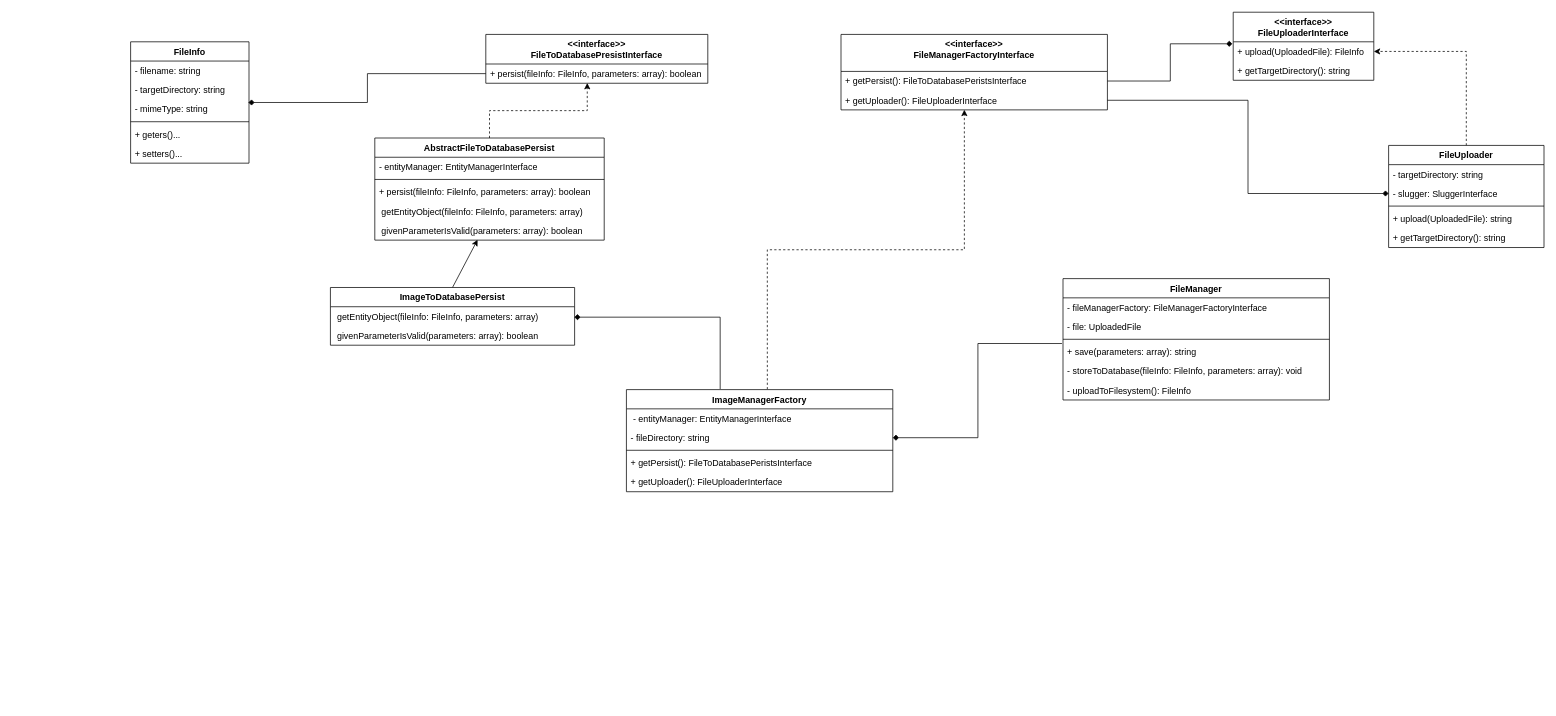
This is page "Image control" (2 of 2) of UML.drawio from ilya372317/LMS-docker-pack, a draw.io file, before an edit. Source tidied: cells renumbered, new cells numbered last; positions are measured from the earlier drawing's top-left corner, leaving out a move shared by most shapes. Both pictures are drawn from the tidied source at 74%, with x=0, y=0 at pixel (130, 12).
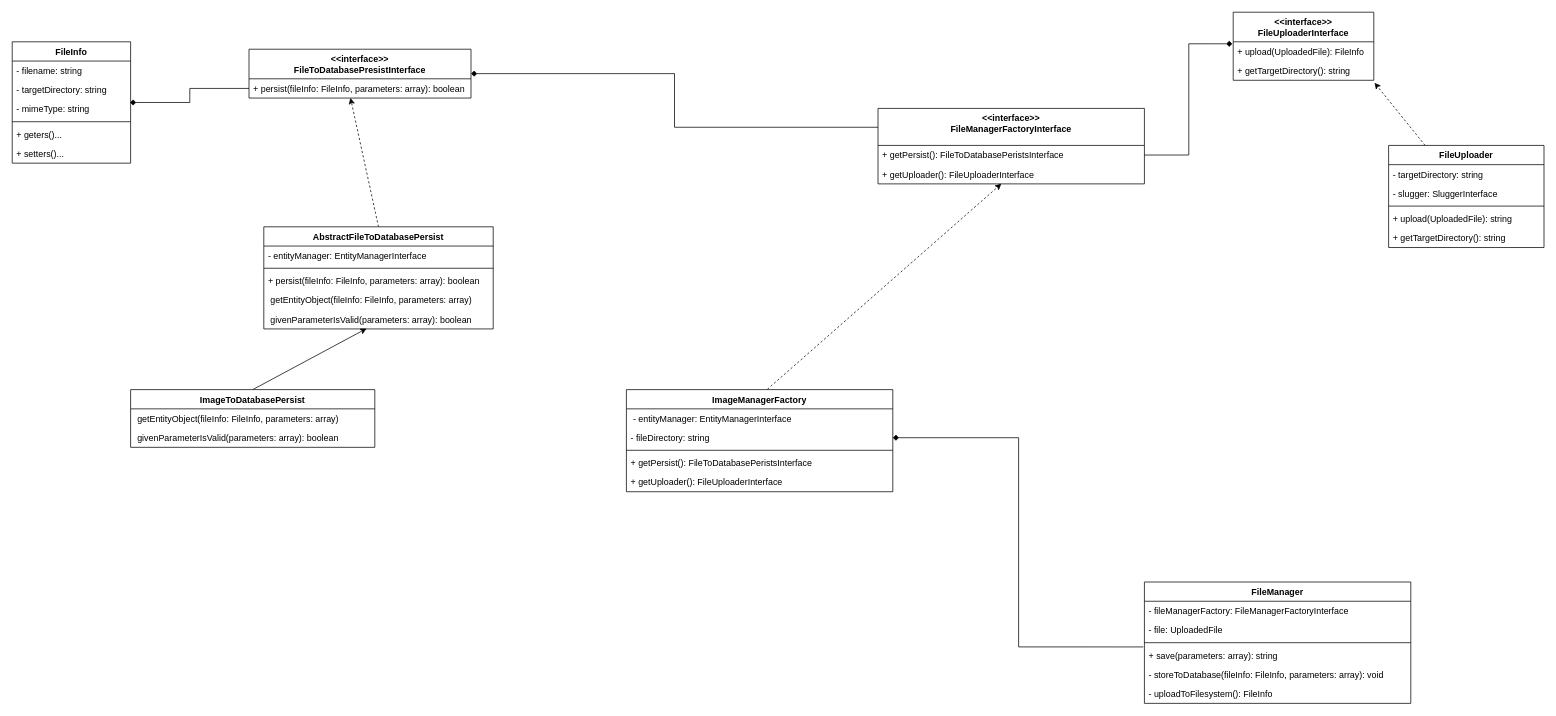
The same page after the edit.

Commit message (it also covers changes not shown here):
update image diagram relations

The change refers to these unchanged cells:
```xml
<mxCell id="3" value="+ upload(UploadedFile): FileInfo" style="text;strokeColor=none;fillColor=none;align=left;verticalAlign=top;spacingLeft=4;spacingRight=4;overflow=hidden;points=[[0,0.5],[1,0.5]];portConstraint=eastwest;" parent="2" vertex="1">
  <mxGeometry y="40" width="190" height="26" as="geometry" />
</mxCell>
<mxCell id="4" value="+ getTargetDirectory(): string" style="text;strokeColor=none;fillColor=none;align=left;verticalAlign=top;spacingLeft=4;spacingRight=4;overflow=hidden;points=[[0,0.5],[1,0.5]];portConstraint=eastwest;" parent="2" vertex="1">
  <mxGeometry y="66" width="190" height="26" as="geometry" />
</mxCell>
<mxCell id="6" value="FileUploader" style="swimlane;fontStyle=1;align=center;verticalAlign=top;horizontal=1;startSize=26;" parent="1" vertex="1">
  <mxGeometry x="1700" y="180" width="210" height="138" as="geometry" />
</mxCell>
<mxCell id="8" value="- slugger: SluggerInterface" style="text;strokeColor=none;fillColor=none;align=left;verticalAlign=top;spacingLeft=4;spacingRight=4;overflow=hidden;points=[[0,0.5],[1,0.5]];portConstraint=eastwest;" parent="6" vertex="1">
  <mxGeometry y="52" width="210" height="26" as="geometry" />
</mxCell>
<mxCell id="21" value="+ getUploader(): FileUploaderInterface" style="text;strokeColor=none;fillColor=none;align=left;verticalAlign=top;spacingLeft=4;spacingRight=4;overflow=hidden;points=[[0,0.5],[1,0.5]];portConstraint=eastwest;" parent="19" vertex="1">
  <mxGeometry y="76" width="360" height="26" as="geometry" />
</mxCell>
<mxCell id="26" value="+ persist(fileInfo: FileInfo, parameters: array): boolean" style="text;strokeColor=none;fillColor=none;align=left;verticalAlign=top;spacingLeft=4;spacingRight=4;overflow=hidden;points=[[0,0.5],[1,0.5]];portConstraint=eastwest;" parent="25" vertex="1">
  <mxGeometry y="40" width="300" height="26" as="geometry" />
</mxCell>
<mxCell id="29" value=" getEntityObject(fileInfo: FileInfo, parameters: array)" style="text;strokeColor=none;fillColor=none;align=left;verticalAlign=top;spacingLeft=4;spacingRight=4;overflow=hidden;points=[[0,0.5],[1,0.5]];portConstraint=eastwest;" parent="28" vertex="1">
  <mxGeometry y="26" width="330" height="26" as="geometry" />
</mxCell>
<mxCell id="41" value="ImageManagerFactory" style="swimlane;fontStyle=1;align=center;verticalAlign=top;horizontal=1;startSize=26;" parent="1" vertex="1">
  <mxGeometry x="670" y="510" width="360" height="138" as="geometry" />
</mxCell>
```

Diff of the diagram source:
```diff
@@
-    <mxCell id="5" style="edgeStyle=orthogonalEdgeStyle;rounded=0;jettySize=auto;html=1;entryX=1;entryY=0.5;entryDx=0;entryDy=0;dashed=1;" parent="1" edge="1" source="6" target="3">
+    <mxCell id="5" style="rounded=0;jettySize=auto;html=1;entryX=1.005;entryY=1.128;entryDx=0;entryDy=0;dashed=1;entryPerimeter=0;" parent="1" edge="1" source="6" target="4">
       <mxGeometry relative="1" as="geometry" />
     </mxCell>
@@
     <mxCell id="12" value="FileManager" style="swimlane;fontStyle=1;align=center;verticalAlign=top;horizontal=1;startSize=26;" parent="1" vertex="1">
-      <mxGeometry x="1260" y="360" width="360" height="164" as="geometry" />
+      <mxGeometry x="1370" y="770" width="360" height="164" as="geometry" />
     </mxCell>
@@
+    <mxCell id="54" style="edgeStyle=orthogonalEdgeStyle;rounded=0;jettySize=auto;html=1;exitX=0;exitY=0.25;exitDx=0;exitDy=0;entryX=1;entryY=0.5;entryDx=0;entryDy=0;endArrow=diamond;endFill=1;" parent="1" edge="1" source="19" target="25">
+      <mxGeometry relative="1" as="geometry" />
+    </mxCell>
     <mxCell id="19" value="&lt;&lt;interface&gt;&gt;&#10;FileManagerFactoryInterface" style="swimlane;fontStyle=1;align=center;verticalAlign=top;horizontal=1;startSize=50;" parent="1" vertex="1">
-      <mxGeometry x="960" y="30" width="360" height="102" as="geometry" />
+      <mxGeometry x="1010" y="130" width="360" height="102" as="geometry" />
     </mxCell>
@@
-    <mxCell id="22" style="edgeStyle=orthogonalEdgeStyle;rounded=0;jettySize=auto;html=1;exitX=0.529;exitY=-0.003;exitDx=0;exitDy=0;entryX=0.463;entryY=0.994;entryDx=0;entryDy=0;entryPerimeter=0;endArrow=classic;endFill=1;dashed=1;exitPerimeter=0;" parent="1" edge="1" source="41" target="21">
+    <mxCell id="22" style="rounded=0;jettySize=auto;html=1;exitX=0.529;exitY=-0.003;exitDx=0;exitDy=0;entryX=0.463;entryY=0.994;entryDx=0;entryDy=0;entryPerimeter=0;endArrow=classic;endFill=1;dashed=1;exitPerimeter=0;" parent="1" edge="1" source="41" target="21">
       <mxGeometry relative="1" as="geometry" />
     </mxCell>
@@
-    <mxCell id="24" style="edgeStyle=orthogonalEdgeStyle;rounded=0;jettySize=auto;html=1;exitX=1;exitY=0.5;exitDx=0;exitDy=0;endArrow=diamond;endFill=1;" parent="1" edge="1" source="21" target="8">
-      <mxGeometry relative="1" as="geometry" />
-    </mxCell>
     <mxCell id="25" value="&lt;&lt;interface&gt;&gt;&#10;FileToDatabasePresistInterface&#10;" style="swimlane;fontStyle=1;align=center;verticalAlign=top;horizontal=1;startSize=40;" parent="1" vertex="1">
-      <mxGeometry x="480" y="30" width="300" height="66" as="geometry" />
+      <mxGeometry x="160" y="50" width="300" height="66" as="geometry" />
     </mxCell>
@@
     <mxCell id="28" value="ImageToDatabasePersist" style="swimlane;fontStyle=1;align=center;verticalAlign=top;horizontal=1;startSize=26;" parent="1" vertex="1">
-      <mxGeometry x="270" y="372" width="330" height="78" as="geometry" />
+      <mxGeometry y="510" width="330" height="78" as="geometry" />
     </mxCell>
@@
-    <mxCell id="31" style="edgeStyle=orthogonalEdgeStyle;rounded=0;jettySize=auto;html=1;entryX=0.999;entryY=0.542;entryDx=0;entryDy=0;endArrow=diamond;endFill=1;exitX=0.352;exitY=-0.005;exitDx=0;exitDy=0;exitPerimeter=0;entryPerimeter=0;" parent="1" edge="1" source="41" target="29">
-      <mxGeometry relative="1" as="geometry" />
-    </mxCell>
@@
     <mxCell id="33" value="FileInfo" style="swimlane;fontStyle=1;align=center;verticalAlign=top;horizontal=1;startSize=26;" parent="1" vertex="1">
-      <mxGeometry y="40" width="160" height="164" as="geometry" />
+      <mxGeometry x="-160" y="40" width="160" height="164" as="geometry" />
     </mxCell>
@@
-    <mxCell id="47" style="edgeStyle=orthogonalEdgeStyle;rounded=0;jettySize=auto;html=1;exitX=0.5;exitY=0;exitDx=0;exitDy=0;entryX=0.457;entryY=0.989;entryDx=0;entryDy=0;entryPerimeter=0;endArrow=classic;endFill=1;dashed=1;" parent="1" edge="1" source="48" target="26">
+    <mxCell id="47" style="rounded=0;jettySize=auto;html=1;exitX=0.5;exitY=0;exitDx=0;exitDy=0;entryX=0.457;entryY=0.989;entryDx=0;entryDy=0;entryPerimeter=0;endArrow=classic;endFill=1;dashed=1;" parent="1" edge="1" source="48" target="26">
       <mxGeometry relative="1" as="geometry" />
     </mxCell>
     <mxCell id="48" value="AbstractFileToDatabasePersist" style="swimlane;fontStyle=1;align=center;verticalAlign=top;horizontal=1;startSize=26;" parent="1" vertex="1">
-      <mxGeometry x="330" y="170" width="310" height="138" as="geometry" />
+      <mxGeometry x="180" y="290" width="310" height="138" as="geometry" />
     </mxCell>
```
